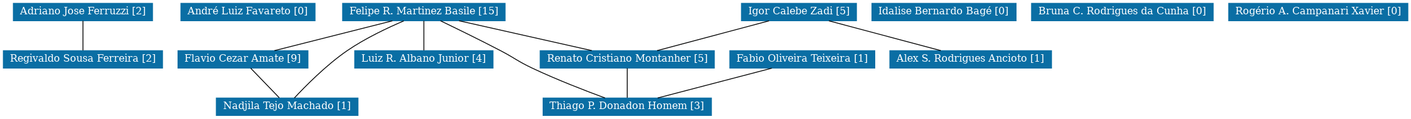
Before: grafoDeColaboracoesSemPesos.png, a diagram exported from Graphviz (Data-Science-Research/colaboracaoacademicaGITES). Its source is kept beside it as grafoDeColaboracoesSemPesos.dot.
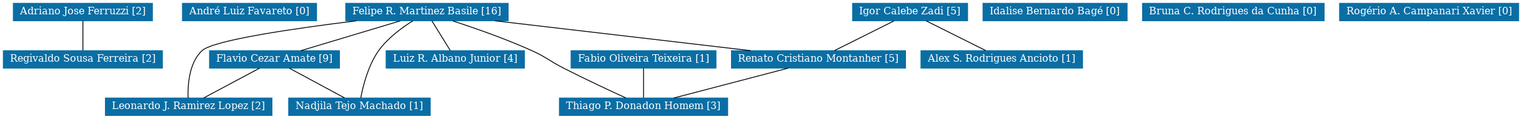
After the change.

Change to the diagram source:
```diff
@@ -1,5 +1,5 @@
 strict graph grafo1 {
-	graph [bb="0,0,1685,135",
+	graph [bb="0,0,1819,135",
 		id=grafo1,
 		overlap=False
 	];
@@ -28,100 +28,109 @@
 		fontcolor="#FFFFFF",
 		height=0.29167,
 		label="André Luiz Favareto [0]",
-		pos="293.5,124.5",
+		pos="295.5,124.5",
 		width=2.2361];
 	2	[URL="membro-9543740522912391.html",
 		color="#0A6EA4",
 		fontcolor="#FFFFFF",
 		height=0.29167,
 		label="Fabio Oliveira Teixeira [1]",
-		pos="958.5,67.5",
+		pos="768.5,67.5",
 		width=2.4167];
 	13	[URL="membro-6109272293288485.html",
 		color="#0A6EA4",
 		fontcolor="#FFFFFF",
 		height=0.29167,
 		label="Thiago P. Donadon Homem [3]",
-		pos="748.5,10.5",
+		pos="768.5,10.5",
 		width=2.8056];
-	2 -- 13	[pos="921.92,56.92 883.49,46.856 823.41,31.12 785.01,21.063"];
+	2 -- 13	[pos="768.5,56.92 768.5,46.948 768.5,31.408 768.5,21.341"];
 	3	[URL="membro-6413817150886826.html",
 		color="#0A6EA4",
 		fontcolor="#FFFFFF",
 		height=0.29167,
-		label="Felipe R. Martinez Basile [15]",
-		pos="504.5,124.5",
+		label="Felipe R. Martinez Basile [16]",
+		pos="508.5,124.5",
 		width=2.7083];
-	3 -- 13	[pos="524.37,114 543.1,104.96 571.87,90.887 596.5,78 613.6,69.054 617.06,65.259 634.5,57 663.77,43.136 698.47,29.695 721.84,21.062"];
+	3 -- 13	[pos="539.08,113.97 564.93,105.55 602.73,92.407 634.5,78 652.07,70.031 655.33,65.803 672.5,57 697.94,43.958 727.77,30.029 747.34,21.068"];
 	4	[URL="membro-8976791755900010.html",
 		color="#0A6EA4",
 		fontcolor="#FFFFFF",
 		height=0.29167,
 		label="Flavio Cezar Amate [9]",
-		pos="287.5,67.5",
+		pos="325.5,67.5",
 		width=2.1667];
-	3 -- 4	[pos="466.7,113.92 426.99,103.86 364.91,88.12 325.23,78.063"];
+	3 -- 4	[pos="476.62,113.92 443.14,103.86 390.78,88.12 357.32,78.063"];
 	7	[URL="membro-8754322948547165.html",
 		color="#0A6EA4",
 		fontcolor="#FFFFFF",
 		height=0.29167,
 		label="Luiz R. Albano Junior [4]",
-		pos="504.5,67.5",
+		pos="542.5,67.5",
 		width=2.3056];
-	3 -- 7	[pos="504.5,113.92 504.5,103.95 504.5,88.408 504.5,78.341"];
+	3 -- 7	[pos="514.42,113.92 520.59,103.95 530.19,88.408 536.42,78.341"];
 	9	[URL="membro-0270118728577579.html",
 		color="#0A6EA4",
 		fontcolor="#FFFFFF",
 		height=0.29167,
 		label="Renato Cristiano Montanher [5]",
-		pos="748.5,67.5",
+		pos="978.5,67.5",
 		width=2.9028];
-	3 -- 9	[pos="546.72,113.98 591.33,103.93 661.26,88.165 705.98,78.085"];
+	3 -- 9	[pos="589.83,113.98 675.88,103.91 810.87,88.116 896.98,78.039"];
 	14	[URL="membro-0112108049902805.html",
 		color="#0A6EA4",
 		fontcolor="#FFFFFF",
 		height=0.29167,
 		label="Nadjila Tejo Machado [1]",
-		pos="340.5,10.5",
+		pos="427.5,10.5",
 		width=2.3611];
-	3 -- 14	[pos="480.4,113.85 461.21,105.64 434.08,92.844 412.5,78 387.26,60.643 361.92,34.818 349.1,21.014"];
-	4 -- 14	[pos="296.73,56.92 306.34,46.948 321.32,31.408 331.02,21.341"];
-	9 -- 13	[pos="748.5,56.92 748.5,46.948 748.5,31.408 748.5,21.341"];
+	3 -- 14	[pos="491.58,113.94 478.69,105.87 461.35,93.215 450.5,78 437.88,60.293 431.69,35.06 429.09,21.327"];
+	15	[URL="membro-4323140190774391.html",
+		color="#0A6EA4",
+		fontcolor="#FFFFFF",
+		height=0.29167,
+		label="Leonardo J. Ramirez Lopez [2]",
+		pos="222.5,10.5",
+		width=2.7778];
+	3 -- 15	[pos="424.01,113.97 349.98,104.87 252.1,90.689 238.5,78 222.7,63.256 221.28,35.865 221.78,21.261"];
+	4 -- 14	[pos="343.27,56.92 361.87,46.886 390.94,31.216 409.59,21.155"];
+	4 -- 15	[pos="307.56,56.92 288.77,46.886 259.42,31.216 240.58,21.155"];
+	9 -- 13	[pos="941.92,56.92 903.49,46.856 843.41,31.12 805.01,21.063"];
 	5	[URL="membro-0255523082900191.html",
 		color="#0A6EA4",
 		fontcolor="#FFFFFF",
 		height=0.29167,
 		label="Idalise Bernardo Bagé [0]",
-		pos="1128.5,124.5",
+		pos="1262.5,124.5",
 		width=2.4028];
 	6	[URL="membro-0150761926799891.html",
 		color="#0A6EA4",
 		fontcolor="#FFFFFF",
 		height=0.29167,
 		label="Igor Calebe Zadi [5]",
-		pos="954.5,124.5",
+		pos="1088.5,124.5",
 		width=1.9167];
-	6 -- 9	[pos="918.62,113.92 880.92,103.86 821.99,88.12 784.32,78.063"];
+	6 -- 9	[pos="1069.3,113.92 1049.3,103.89 1017.9,88.216 997.81,78.155"];
 	10	[URL="membro-7290375482443455.html",
 		color="#0A6EA4",
 		fontcolor="#FFFFFF",
 		height=0.29167,
 		label="Alex S. Rodrigues Ancioto [1]",
-		pos="1160.5,67.5",
+		pos="1198.5,67.5",
 		width=2.6944];
-	6 -- 10	[pos="990.38,113.92 1028.1,103.86 1087,88.12 1124.7,78.063"];
+	6 -- 10	[pos="1107.7,113.92 1127.7,103.89 1159.1,88.216 1179.2,78.155"];
 	11	[URL="membro-5631261956953546.html",
 		color="#0A6EA4",
 		fontcolor="#FFFFFF",
 		height=0.29167,
 		label="Bruna C. Rodrigues da Cunha [0]",
-		pos="1342.5,124.5",
+		pos="1476.5,124.5",
 		width=3.0278];
 	12	[URL="membro-5904768897181890.html",
 		color="#0A6EA4",
 		fontcolor="#FFFFFF",
 		height=0.29167,
 		label="Rogério A. Campanari Xavier [0]",
-		pos="1577.5,124.5",
+		pos="1711.5,124.5",
 		width=2.9861];
 }
```
